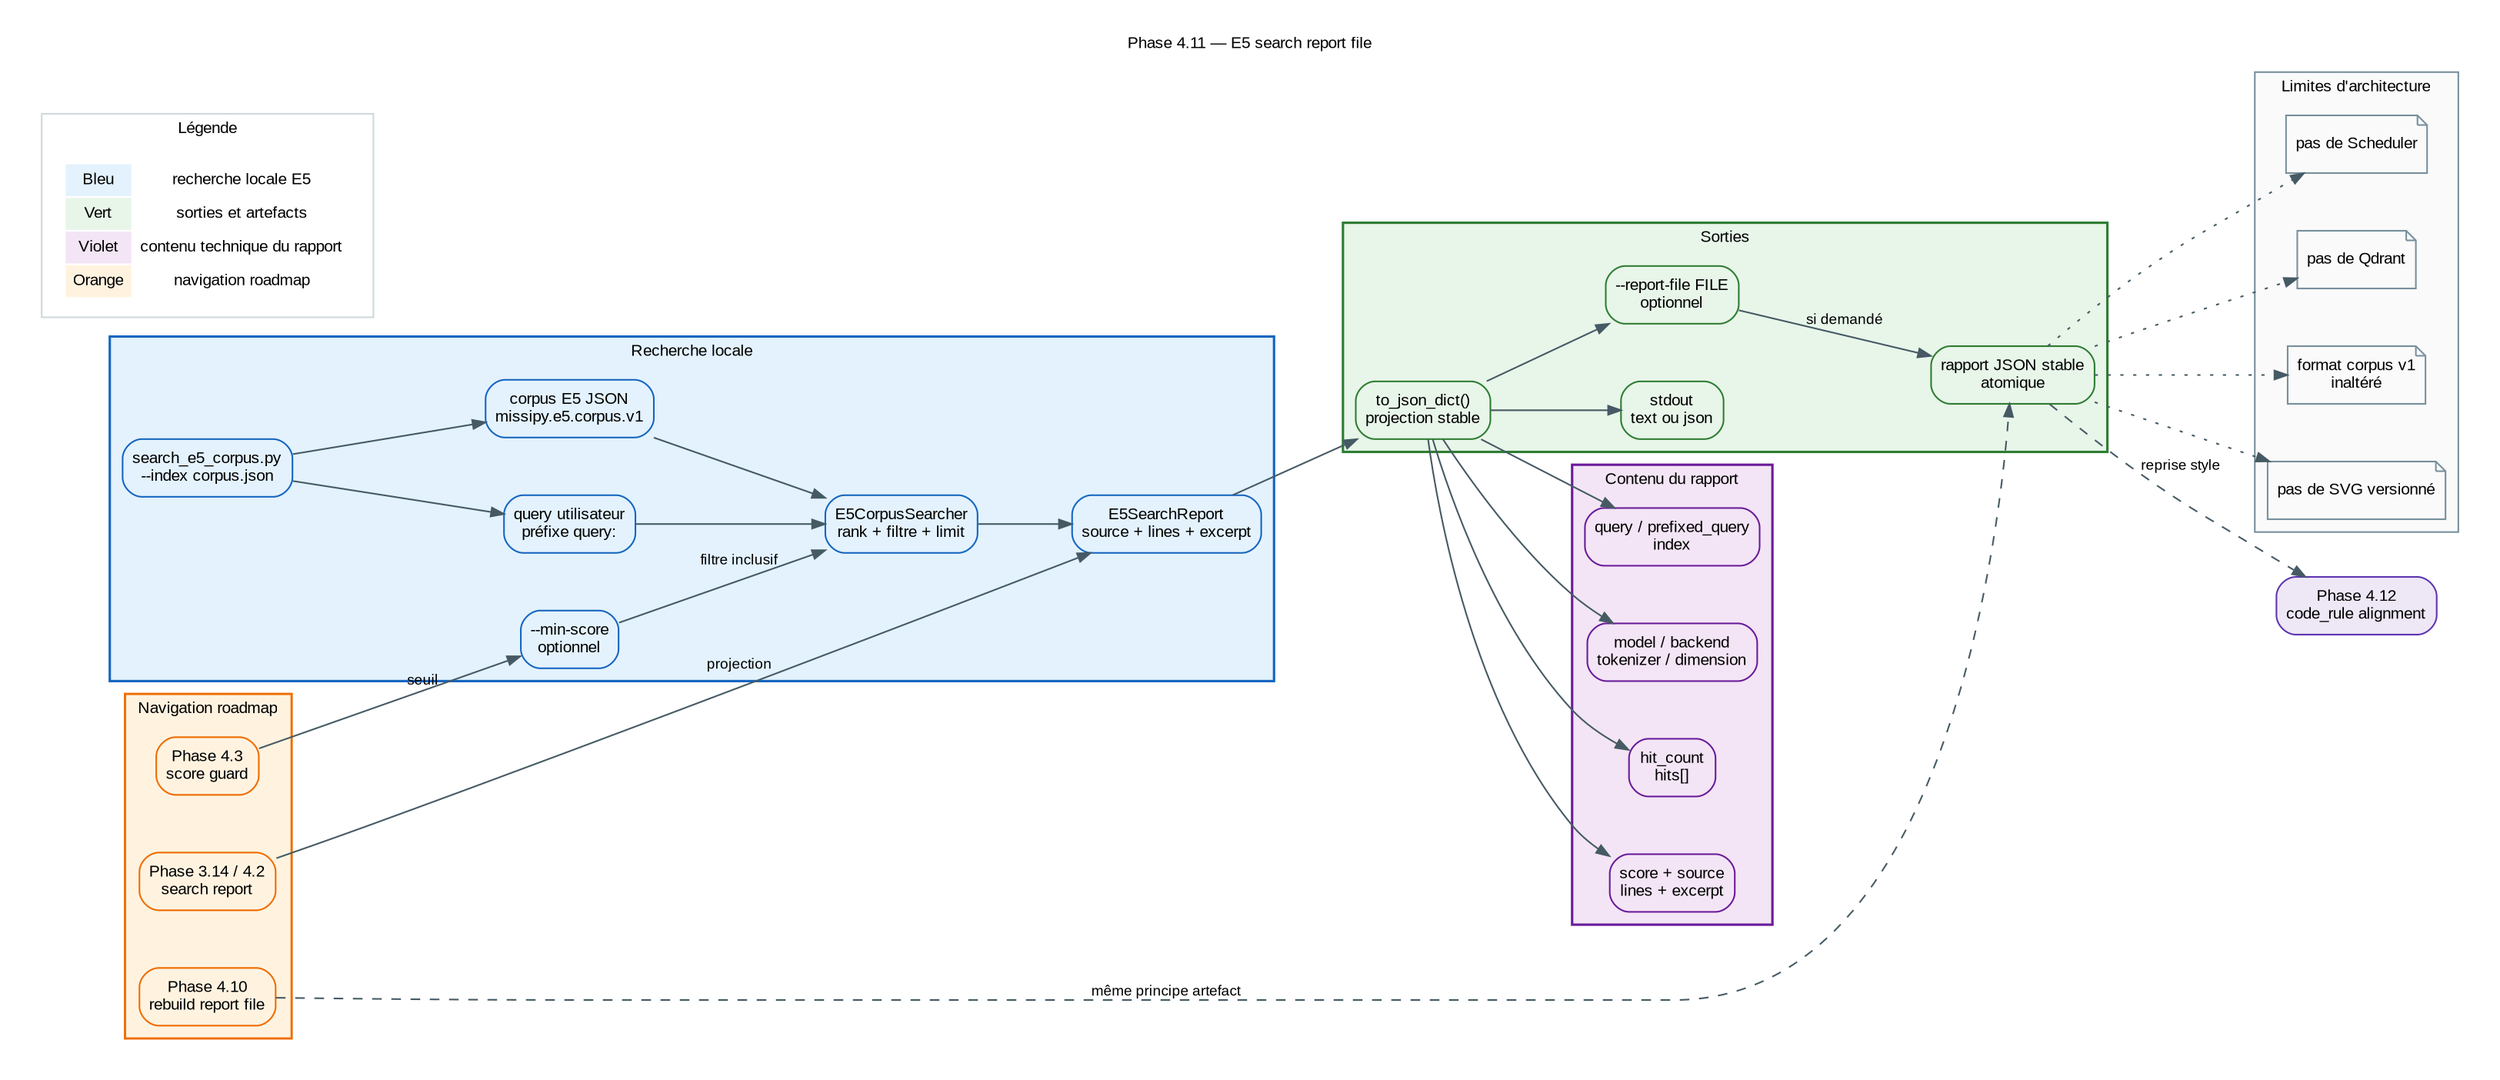
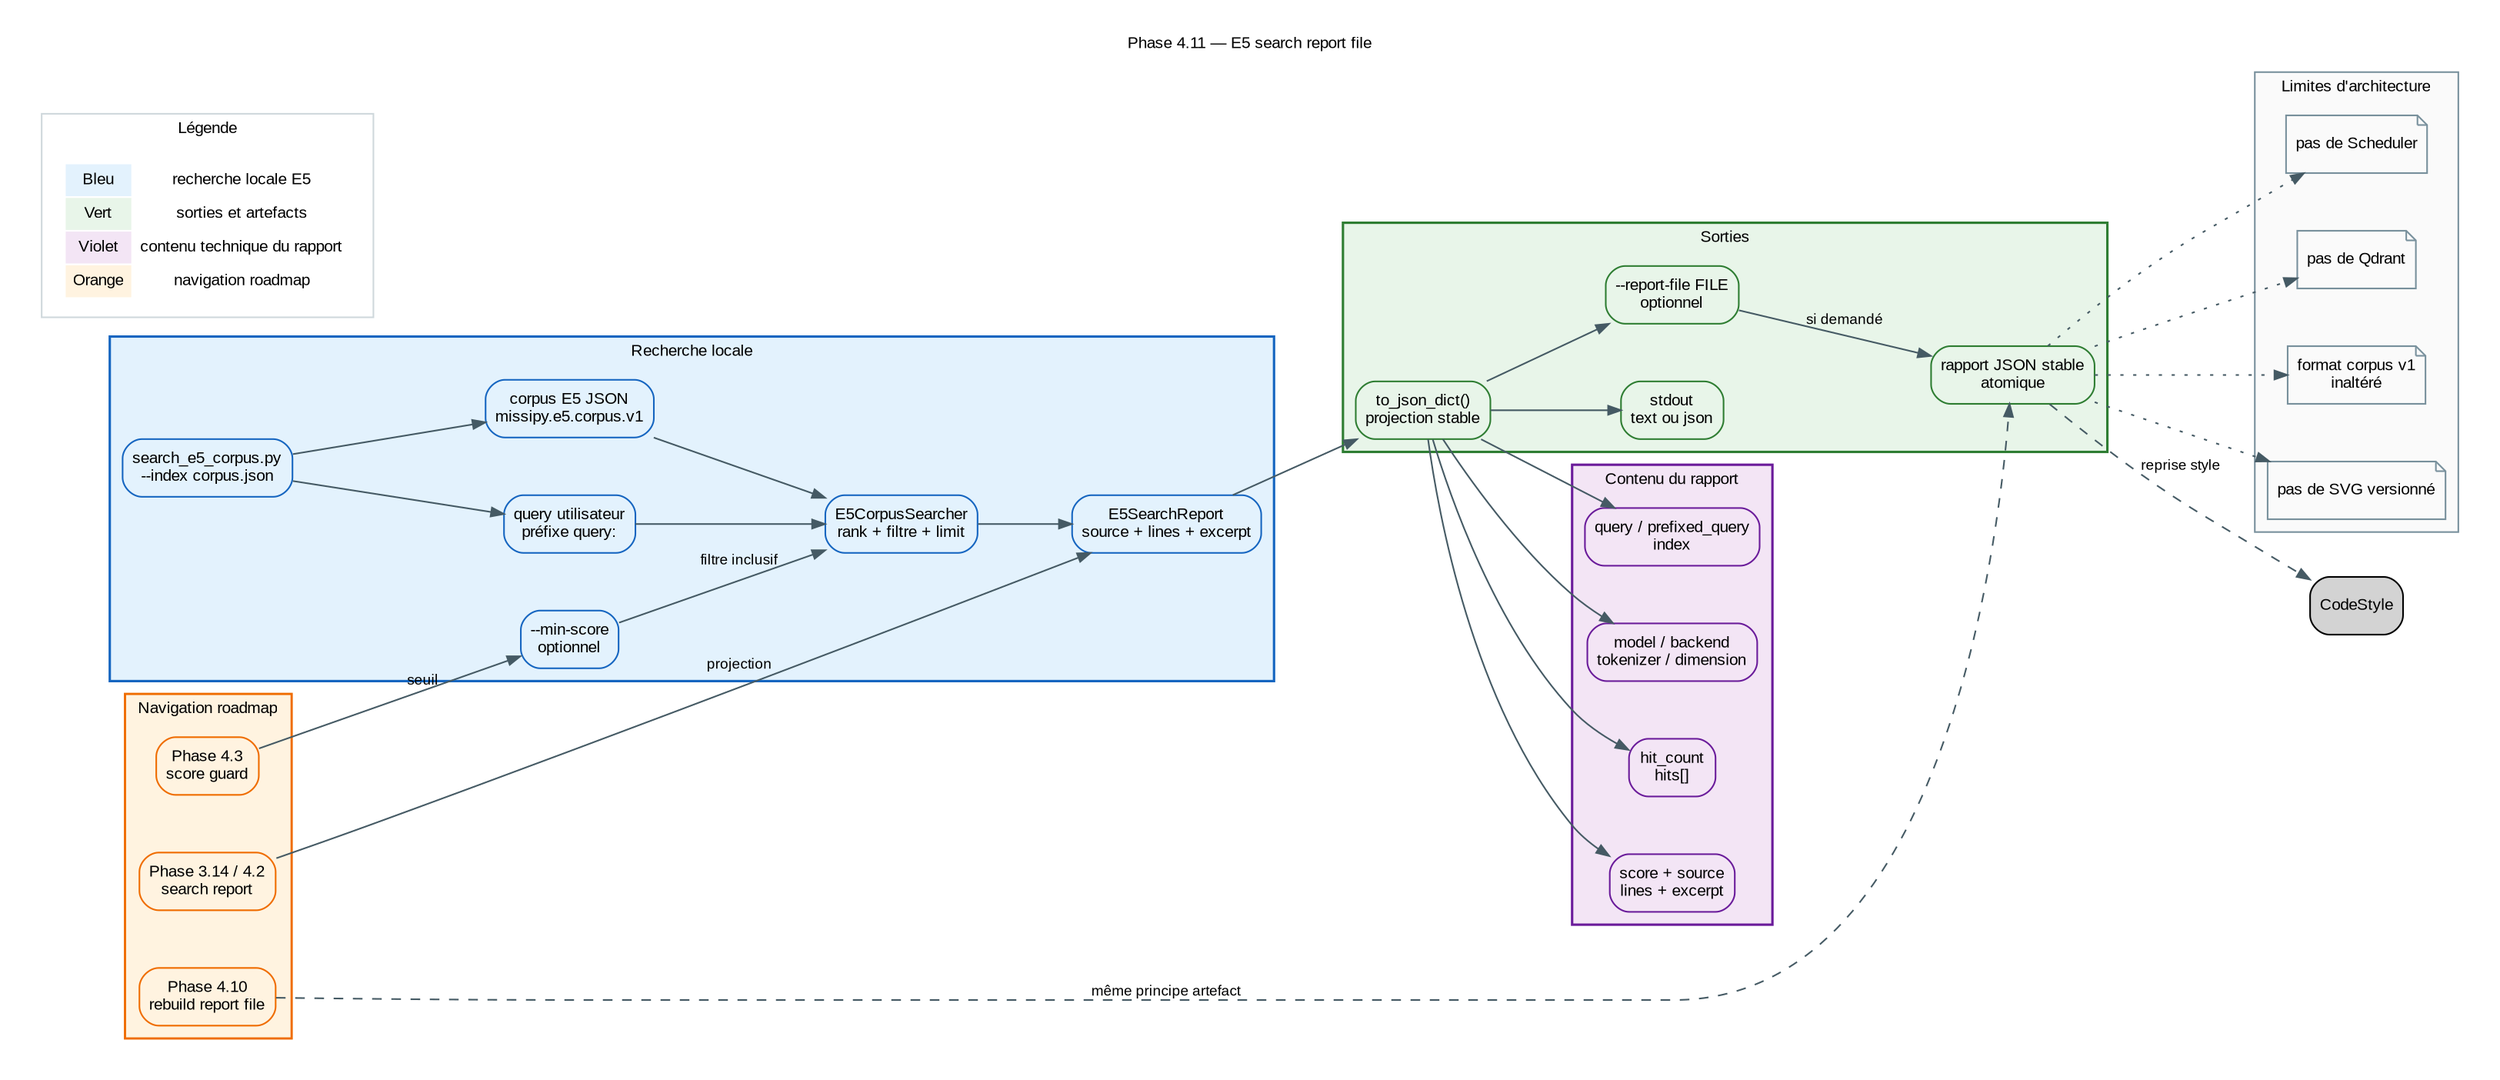
digraph E5SearchReportFile {
  // ROADMAP_ID: inference.e5_search_report_file
  // ROADMAP_PARENT: inference/64_e5_rebuild_report_file.dot
  // ROADMAP_NOTE[phase4_11]:
  // Produit un rapport JSON optionnel de recherche E5 pour audit local, future UI HTML et workflow question -> contexte.
  // ROADMAP_NEXT: inference/66_e5_code_style_alignment.dot

  rankdir=LR;
  graph [
    fontname="Arial",
    fontsize=10,
    labelloc="t",
    label="Phase 4.11 — E5 search report file",
    bgcolor="white",
    pad=0.25,
    nodesep=0.5,
    ranksep=0.8
  ];
  node [shape=box, style="filled,rounded", fontname="Arial", fontsize=10, margin="0.09,0.06"];
  edge [fontname="Arial", fontsize=9, color="#455a64", arrowsize=0.8];

  subgraph cluster_query {
    label="Recherche locale";
    color="#1565c0";
    bgcolor="#e3f2fd";
    penwidth=1.5;
    node [fillcolor="#e3f2fd", color="#1565c0"];
    SearchCli [label="search_e5_corpus.py
--index corpus.json", URL="52_e5_search_report.svg"];
    Query [label="query utilisateur
préfixe query:"];
    MinScore [label="--min-score
optionnel", URL="57_e5_score_guard.svg"];
    Corpus [label="corpus E5 JSON
missipy.e5.corpus.v1", URL="50_e5_corpus.svg"];
    Searcher [label="E5CorpusSearcher
rank + filtre + limit"];
    Report [label="E5SearchReport
source + lines + excerpt", URL="52_e5_search_report.svg"];
  }

  subgraph cluster_outputs {
    label="Sorties";
    color="#2e7d32";
    bgcolor="#e8f5e9";
    penwidth=1.5;
    node [fillcolor="#e8f5e9", color="#2e7d32"];
    Stdout [label="stdout
text ou json"];
    JsonObject [label="to_json_dict()
projection stable"];
    ReportOption [label="--report-file FILE
optionnel"];
    ReportFile [label="rapport JSON stable
atomique"];
  }

  subgraph cluster_report_content {
    label="Contenu du rapport";
    color="#6a1b9a";
    bgcolor="#f3e5f5";
    penwidth=1.5;
    node [fillcolor="#f3e5f5", color="#6a1b9a"];
    Identity [label="query / prefixed_query
index"];
    Model [label="model / backend
tokenizer / dimension"];
    Hits [label="hit_count
hits[]"];
    Context [label="score + source
lines + excerpt"];
  }

  subgraph cluster_scope {
    label="Limites d'architecture";
    color="#78909c";
    bgcolor="#fafafa";
    penwidth=1.0;
    node [shape=note, style="filled", fillcolor="#fafafa", color="#78909c"];
    NoScheduler [label="pas de Scheduler"];
    NoQdrant [label="pas de Qdrant"];
    NoFormatChange [label="format corpus v1
inaltéré"];
    NoSvg [label="pas de SVG versionné"];
  }

  subgraph cluster_navigation {
    label="Navigation roadmap";
    color="#ef6c00";
    bgcolor="#fff3e0";
    penwidth=1.4;
    node [fillcolor="#fff3e0", color="#ef6c00"];
    ScoreGuard [label="Phase 4.3
score guard", URL="57_e5_score_guard.svg"];
    SearchReport [label="Phase 3.14 / 4.2
search report", URL="52_e5_search_report.svg"];
    RebuildReport [label="Phase 4.10
rebuild report file", URL="64_e5_rebuild_report_file.svg"];
  }

  SearchCli -> Query;
  SearchCli -> Corpus;
  Query -> Searcher;
  Corpus -> Searcher;
  MinScore -> Searcher [label="filtre inclusif"];
  Searcher -> Report;
  Report -> JsonObject;
  JsonObject -> Stdout;
  JsonObject -> ReportOption;
  ReportOption -> ReportFile [label="si demandé"];

  JsonObject -> Identity;
  JsonObject -> Model;
  JsonObject -> Hits;
  JsonObject -> Context;

  ReportFile -> NoScheduler [style=dotted];
  ReportFile -> NoQdrant [style=dotted];
  ReportFile -> NoFormatChange [style=dotted];
  ReportFile -> NoSvg [style=dotted];

  ScoreGuard -> MinScore [label="seuil"];
  SearchReport -> Report [label="projection"];
  RebuildReport -> ReportFile [style=dashed, label="même principe artefact"];
-   CodeStyle [label="Phase 4.12\ncode_rule alignment", fillcolor="#ede7f6", color="#5e35b1", URL="66_e5_code_style_alignment.svg"];
  ReportFile -> CodeStyle [style=dashed, label="reprise style"];

  subgraph cluster_legend {
    label="Légende";
    color="#cfd8dc";
    bgcolor="#ffffff";
    penwidth=1.0;
    node [shape=plaintext, fillcolor="#ffffff", color="#ffffff"];
    Legend [label=<
      <TABLE BORDER="0" CELLBORDER="1" CELLSPACING="0" CELLPADDING="4">
        <TR><TD BGCOLOR="#e3f2fd">Bleu</TD><TD>recherche locale E5</TD></TR>
        <TR><TD BGCOLOR="#e8f5e9">Vert</TD><TD>sorties et artefacts</TD></TR>
        <TR><TD BGCOLOR="#f3e5f5">Violet</TD><TD>contenu technique du rapport</TD></TR>
        <TR><TD BGCOLOR="#fff3e0">Orange</TD><TD>navigation roadmap</TD></TR>
      </TABLE>
    >];
  }

  // HTML_DETAIL[phase4_12]:
  // next: 66_e5_code_style_alignment.dot

  // HTML_DETAIL[phase4_11]:
  // title: Search report file
  // summary: La recherche E5 locale peut produire un rapport JSON stable en plus de stdout.
  // technical: Le rapport réutilise E5CorpusSearchCliOutput.to_json_dict(), écrit via fichier temporaire voisin puis replace().
  // ui_hint: Afficher query, min_score, hit_count et hits.source dans une future vue HTML de recherche.
}
